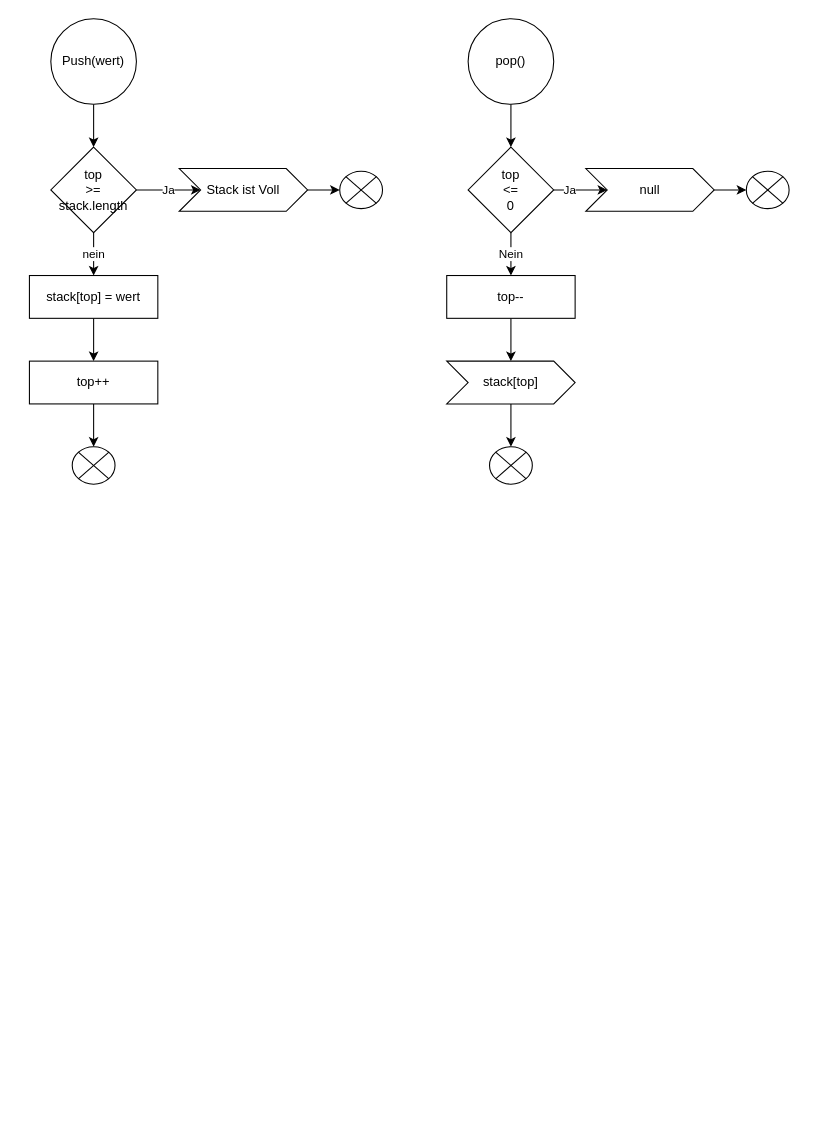
Above: Stack_Diagram.drawio.xml in amariwan/Stack-Queue-LinkedList (draw.io), before the change. Source tidied: cells renumbered, new cells numbered last; positions are measured from the earlier drawing's top-left corner, leaving out a move shared by most shapes. Both pictures are drawn from the tidied source at 107%, with x=0, y=0 at pixel (29, 18).
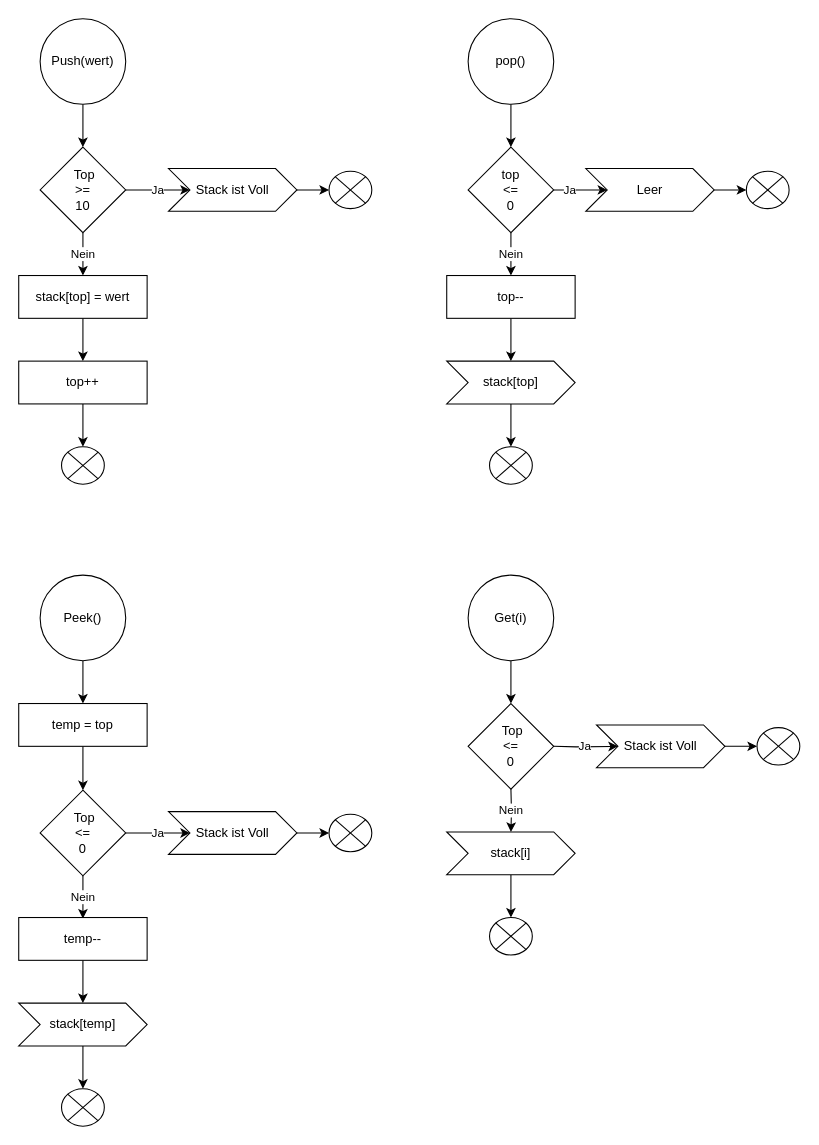
The same diagram, later.

The change refers to these unchanged cells:
```xml
<mxCell id="19" value="top &lt;br&gt;&amp;lt;= &lt;br&gt;0" style="rhombus;whiteSpace=wrap;html=1;" parent="1" vertex="1">
  <mxGeometry x="410" y="120" width="80" height="80" as="geometry" />
</mxCell>
<mxCell id="26" value="stack[top]" style="shape=step;perimeter=stepPerimeter;whiteSpace=wrap;html=1;fixedSize=1;" parent="1" vertex="1">
  <mxGeometry x="390" y="320" width="120" height="40" as="geometry" />
</mxCell>
```

The edit, as a diff of the source:
```diff
@@
-    <mxCell id="2" style="edgeStyle=orthogonalEdgeStyle;rounded=0;jettySize=auto;html=1;" parent="1" edge="1" source="3" target="6">
-      <mxGeometry relative="1" as="geometry" />
-    </mxCell>
+    <mxCell id="28" style="edgeStyle=orthogonalEdgeStyle;rounded=0;jettySize=auto;html=1;" parent="1" edge="1" source="3" target="31">
+      <mxGeometry relative="1" as="geometry" />
+    </mxCell>
     <mxCell id="3" value="Push(wert)" style="ellipse;whiteSpace=wrap;html=1;" parent="1" vertex="1">
-      <mxGeometry x="20" width="80" height="80" as="geometry" />
+      <mxGeometry x="10" width="80" height="80" as="geometry" />
     </mxCell>
-    <mxCell id="4" value="Ja" style="edgeStyle=orthogonalEdgeStyle;rounded=0;jettySize=auto;html=1;" parent="1" edge="1" source="6" target="8">
-      <mxGeometry relative="1" as="geometry" />
-    </mxCell>
-    <mxCell id="5" value="nein" style="edgeStyle=orthogonalEdgeStyle;rounded=0;jettySize=auto;html=1;" parent="1" edge="1" source="6" target="11">
-      <mxGeometry relative="1" as="geometry" />
-    </mxCell>
-    <mxCell id="6" value="top &lt;br&gt;&amp;gt;= stack.length" style="rhombus;whiteSpace=wrap;html=1;" parent="1" vertex="1">
-      <mxGeometry x="20" y="120" width="80" height="80" as="geometry" />
-    </mxCell>
-    <mxCell id="7" style="edgeStyle=orthogonalEdgeStyle;rounded=0;jettySize=auto;html=1;" parent="1" edge="1" source="8" target="9">
-      <mxGeometry relative="1" as="geometry" />
-    </mxCell>
-    <mxCell id="8" value="Stack ist Voll" style="shape=step;perimeter=stepPerimeter;whiteSpace=wrap;html=1;fixedSize=1;" parent="1" vertex="1">
-      <mxGeometry x="140" y="140" width="120" height="40" as="geometry" />
-    </mxCell>
-    <mxCell id="9" style="verticalLabelPosition=bottom;verticalAlign=top;html=1;shape=mxgraph.flowchart.or;" parent="1" vertex="1">
-      <mxGeometry x="290" y="142.5" width="40" height="35" as="geometry" />
-    </mxCell>
+    <mxCell id="29" value="Ja" style="edgeStyle=orthogonalEdgeStyle;rounded=0;jettySize=auto;html=1;" parent="1" edge="1" source="31" target="33">
+      <mxGeometry relative="1" as="geometry" />
+    </mxCell>
+    <mxCell id="30" value="Nein" style="edgeStyle=orthogonalEdgeStyle;rounded=0;jettySize=auto;html=1;" parent="1" edge="1" source="31" target="11">
+      <mxGeometry relative="1" as="geometry" />
+    </mxCell>
+    <mxCell id="31" value="&amp;nbsp;Top &lt;br&gt;&amp;gt;= &lt;br&gt;10" style="rhombus;whiteSpace=wrap;html=1;" parent="1" vertex="1">
+      <mxGeometry x="10" y="120" width="80" height="80" as="geometry" />
+    </mxCell>
+    <mxCell id="32" style="edgeStyle=orthogonalEdgeStyle;rounded=0;jettySize=auto;html=1;" parent="1" edge="1" source="33" target="34">
+      <mxGeometry relative="1" as="geometry" />
+    </mxCell>
+    <mxCell id="33" value="Stack ist Voll" style="shape=step;perimeter=stepPerimeter;whiteSpace=wrap;html=1;fixedSize=1;" parent="1" vertex="1">
+      <mxGeometry x="130" y="140" width="120" height="40" as="geometry" />
+    </mxCell>
+    <mxCell id="34" style="verticalLabelPosition=bottom;verticalAlign=top;html=1;shape=mxgraph.flowchart.or;" parent="1" vertex="1">
+      <mxGeometry x="280" y="142.5" width="40" height="35" as="geometry" />
+    </mxCell>
@@
     <mxCell id="11" value="stack[top] = wert" style="rounded=0;whiteSpace=wrap;html=1;" parent="1" vertex="1">
-      <mxGeometry y="240" width="120" height="40" as="geometry" />
+      <mxGeometry x="-10" y="240" width="120" height="40" as="geometry" />
     </mxCell>
-    <mxCell id="12" style="edgeStyle=orthogonalEdgeStyle;rounded=0;jettySize=auto;html=1;" parent="1" edge="1" source="13" target="14">
-      <mxGeometry relative="1" as="geometry" />
-    </mxCell>
+    <mxCell id="35" style="edgeStyle=orthogonalEdgeStyle;rounded=0;jettySize=auto;html=1;" parent="1" edge="1" source="13" target="36">
+      <mxGeometry relative="1" as="geometry" />
+    </mxCell>
     <mxCell id="13" value="top++" style="rounded=0;whiteSpace=wrap;html=1;" parent="1" vertex="1">
-      <mxGeometry y="320" width="120" height="40" as="geometry" />
+      <mxGeometry x="-10" y="320" width="120" height="40" as="geometry" />
     </mxCell>
-    <mxCell id="14" style="verticalLabelPosition=bottom;verticalAlign=top;html=1;shape=mxgraph.flowchart.or;" parent="1" vertex="1">
-      <mxGeometry x="40" y="400" width="40" height="35" as="geometry" />
-    </mxCell>
+    <mxCell id="36" style="verticalLabelPosition=bottom;verticalAlign=top;html=1;shape=mxgraph.flowchart.or;" parent="1" vertex="1">
+      <mxGeometry x="30" y="400" width="40" height="35" as="geometry" />
+    </mxCell>
@@
-    <mxCell id="17" value="Ja" style="edgeStyle=orthogonalEdgeStyle;rounded=0;jettySize=auto;html=1;entryX=0;entryY=0.5;entryDx=0;entryDy=0;" parent="1" edge="1" source="19" target="21">
+    <mxCell id="17" value="Ja" style="edgeStyle=orthogonalEdgeStyle;rounded=0;jettySize=auto;html=1;entryX=0;entryY=0.5;entryDx=0;entryDy=0;" parent="1" edge="1" source="19" target="38">
       <mxGeometry relative="1" as="geometry" />
     </mxCell>
@@
-    <mxCell id="20" style="edgeStyle=orthogonalEdgeStyle;rounded=0;jettySize=auto;html=1;" parent="1" edge="1" source="21" target="22">
-      <mxGeometry relative="1" as="geometry" />
-    </mxCell>
-    <mxCell id="21" value="null" style="shape=step;perimeter=stepPerimeter;whiteSpace=wrap;html=1;fixedSize=1;" parent="1" vertex="1">
-      <mxGeometry x="520" y="140" width="120" height="40" as="geometry" />
-    </mxCell>
-    <mxCell id="22" style="verticalLabelPosition=bottom;verticalAlign=top;html=1;shape=mxgraph.flowchart.or;" parent="1" vertex="1">
-      <mxGeometry x="670" y="142.5" width="40" height="35" as="geometry" />
-    </mxCell>
+    <mxCell id="37" style="edgeStyle=orthogonalEdgeStyle;rounded=0;jettySize=auto;html=1;" parent="1" edge="1" source="38" target="39">
+      <mxGeometry relative="1" as="geometry" />
+    </mxCell>
+    <mxCell id="38" value="Leer" style="shape=step;perimeter=stepPerimeter;whiteSpace=wrap;html=1;fixedSize=1;" parent="1" vertex="1">
+      <mxGeometry x="520" y="140" width="120" height="40" as="geometry" />
+    </mxCell>
+    <mxCell id="39" style="verticalLabelPosition=bottom;verticalAlign=top;html=1;shape=mxgraph.flowchart.or;" parent="1" vertex="1">
+      <mxGeometry x="670" y="142.5" width="40" height="35" as="geometry" />
+    </mxCell>
@@
-    <mxCell id="25" style="edgeStyle=orthogonalEdgeStyle;rounded=0;jettySize=auto;html=1;" parent="1" edge="1" source="26" target="27">
-      <mxGeometry relative="1" as="geometry" />
-    </mxCell>
+    <mxCell id="40" style="edgeStyle=orthogonalEdgeStyle;rounded=0;jettySize=auto;html=1;" parent="1" edge="1" source="26" target="41">
+      <mxGeometry relative="1" as="geometry" />
+    </mxCell>
@@
-    <mxCell id="27" style="verticalLabelPosition=bottom;verticalAlign=top;html=1;shape=mxgraph.flowchart.or;" parent="1" vertex="1">
-      <mxGeometry x="430" y="400" width="40" height="35" as="geometry" />
-    </mxCell>
+    <mxCell id="41" style="verticalLabelPosition=bottom;verticalAlign=top;html=1;shape=mxgraph.flowchart.or;" parent="1" vertex="1">
+      <mxGeometry x="430" y="400" width="40" height="35" as="geometry" />
+    </mxCell>
+    <mxCell id="42" style="edgeStyle=orthogonalEdgeStyle;rounded=0;jettySize=auto;html=1;entryX=0.5;entryY=0;entryDx=0;entryDy=0;" parent="1" edge="1" source="43" target="51">
+      <mxGeometry relative="1" as="geometry" />
+    </mxCell>
+    <mxCell id="43" value="Peek()" style="ellipse;whiteSpace=wrap;html=1;" parent="1" vertex="1">
+      <mxGeometry x="10" y="520" width="80" height="80" as="geometry" />
+    </mxCell>
+    <mxCell id="44" value="Ja" style="edgeStyle=orthogonalEdgeStyle;rounded=0;jettySize=auto;html=1;" parent="1" edge="1" source="46" target="48">
+      <mxGeometry relative="1" as="geometry" />
+    </mxCell>
+    <mxCell id="45" value="Nein" style="edgeStyle=orthogonalEdgeStyle;rounded=0;jettySize=auto;html=1;" parent="1" edge="1" source="46">
+      <mxGeometry relative="1" as="geometry">
+        <mxPoint x="50" y="841" as="targetPoint" />
+      </mxGeometry>
+    </mxCell>
+    <mxCell id="46" value="&amp;nbsp;Top &lt;br&gt;&amp;lt;= &lt;br&gt;0" style="rhombus;whiteSpace=wrap;html=1;" parent="1" vertex="1">
+      <mxGeometry x="10" y="721" width="80" height="80" as="geometry" />
+    </mxCell>
+    <mxCell id="47" style="edgeStyle=orthogonalEdgeStyle;rounded=0;jettySize=auto;html=1;" parent="1" edge="1" source="48" target="49">
+      <mxGeometry relative="1" as="geometry" />
+    </mxCell>
+    <mxCell id="48" value="Stack ist Voll" style="shape=step;perimeter=stepPerimeter;whiteSpace=wrap;html=1;fixedSize=1;" parent="1" vertex="1">
+      <mxGeometry x="130" y="741" width="120" height="40" as="geometry" />
+    </mxCell>
+    <mxCell id="49" style="verticalLabelPosition=bottom;verticalAlign=top;html=1;shape=mxgraph.flowchart.or;" parent="1" vertex="1">
+      <mxGeometry x="280" y="743.5" width="40" height="35" as="geometry" />
+    </mxCell>
+    <mxCell id="50" style="edgeStyle=orthogonalEdgeStyle;rounded=0;jettySize=auto;html=1;fontSize=12;" parent="1" edge="1" source="51" target="46">
+      <mxGeometry relative="1" as="geometry" />
+    </mxCell>
+    <mxCell id="51" value="temp = top" style="rounded=0;whiteSpace=wrap;html=1;" parent="1" vertex="1">
+      <mxGeometry x="-10" y="640" width="120" height="40" as="geometry" />
+    </mxCell>
+    <mxCell id="52" style="edgeStyle=orthogonalEdgeStyle;rounded=0;jettySize=auto;html=1;" parent="1" edge="1" source="53" target="55">
+      <mxGeometry relative="1" as="geometry" />
+    </mxCell>
+    <mxCell id="53" value="temp--" style="rounded=0;whiteSpace=wrap;html=1;" parent="1" vertex="1">
+      <mxGeometry x="-10" y="840" width="120" height="40" as="geometry" />
+    </mxCell>
+    <mxCell id="54" style="edgeStyle=orthogonalEdgeStyle;rounded=0;jettySize=auto;html=1;" parent="1" edge="1" source="55" target="56">
+      <mxGeometry relative="1" as="geometry" />
+    </mxCell>
+    <mxCell id="55" value="stack[temp]" style="shape=step;perimeter=stepPerimeter;whiteSpace=wrap;html=1;fixedSize=1;" parent="1" vertex="1">
+      <mxGeometry x="-10" y="920" width="120" height="40" as="geometry" />
+    </mxCell>
+    <mxCell id="56" style="verticalLabelPosition=bottom;verticalAlign=top;html=1;shape=mxgraph.flowchart.or;" parent="1" vertex="1">
+      <mxGeometry x="30" y="1000" width="40" height="35" as="geometry" />
+    </mxCell>
+    <mxCell id="57" style="edgeStyle=orthogonalEdgeStyle;rounded=0;jettySize=auto;html=1;fontSize=12;" parent="1" edge="1" source="58" target="59">
+      <mxGeometry relative="1" as="geometry" />
+    </mxCell>
+    <mxCell id="58" value="Get(i)" style="ellipse;whiteSpace=wrap;html=1;" parent="1" vertex="1">
+      <mxGeometry x="410" y="520" width="80" height="80" as="geometry" />
+    </mxCell>
+    <mxCell id="59" value="&amp;nbsp;Top &lt;br&gt;&amp;lt;= &lt;br&gt;0" style="rhombus;whiteSpace=wrap;html=1;" parent="1" vertex="1">
+      <mxGeometry x="410" y="640" width="80" height="80" as="geometry" />
+    </mxCell>
+    <mxCell id="60" value="Ja" style="edgeStyle=orthogonalEdgeStyle;rounded=0;jettySize=auto;html=1;" parent="1" edge="1" target="62">
+      <mxGeometry relative="1" as="geometry">
+        <mxPoint x="490" y="680" as="sourcePoint" />
+      </mxGeometry>
+    </mxCell>
+    <mxCell id="61" style="edgeStyle=orthogonalEdgeStyle;rounded=0;jettySize=auto;html=1;" parent="1" edge="1" source="62" target="63">
+      <mxGeometry relative="1" as="geometry" />
+    </mxCell>
+    <mxCell id="62" value="Stack ist Voll" style="shape=step;perimeter=stepPerimeter;whiteSpace=wrap;html=1;fixedSize=1;" parent="1" vertex="1">
+      <mxGeometry x="530" y="660" width="120" height="40" as="geometry" />
+    </mxCell>
+    <mxCell id="63" style="verticalLabelPosition=bottom;verticalAlign=top;html=1;shape=mxgraph.flowchart.or;" parent="1" vertex="1">
+      <mxGeometry x="680" y="662.5" width="40" height="35" as="geometry" />
+    </mxCell>
+    <mxCell id="64" value="Nein" style="edgeStyle=orthogonalEdgeStyle;rounded=0;jettySize=auto;html=1;entryX=0.5;entryY=0;entryDx=0;entryDy=0;" parent="1" edge="1" target="66">
+      <mxGeometry relative="1" as="geometry">
+        <mxPoint x="450" y="720" as="sourcePoint" />
+      </mxGeometry>
+    </mxCell>
+    <mxCell id="65" style="edgeStyle=orthogonalEdgeStyle;rounded=0;jettySize=auto;html=1;" parent="1" edge="1" source="66" target="67">
+      <mxGeometry relative="1" as="geometry" />
+    </mxCell>
+    <mxCell id="66" value="stack[i]" style="shape=step;perimeter=stepPerimeter;whiteSpace=wrap;html=1;fixedSize=1;" parent="1" vertex="1">
+      <mxGeometry x="390" y="760" width="120" height="40" as="geometry" />
+    </mxCell>
+    <mxCell id="67" style="verticalLabelPosition=bottom;verticalAlign=top;html=1;shape=mxgraph.flowchart.or;" parent="1" vertex="1">
+      <mxGeometry x="430" y="840" width="40" height="35" as="geometry" />
+    </mxCell>
```
